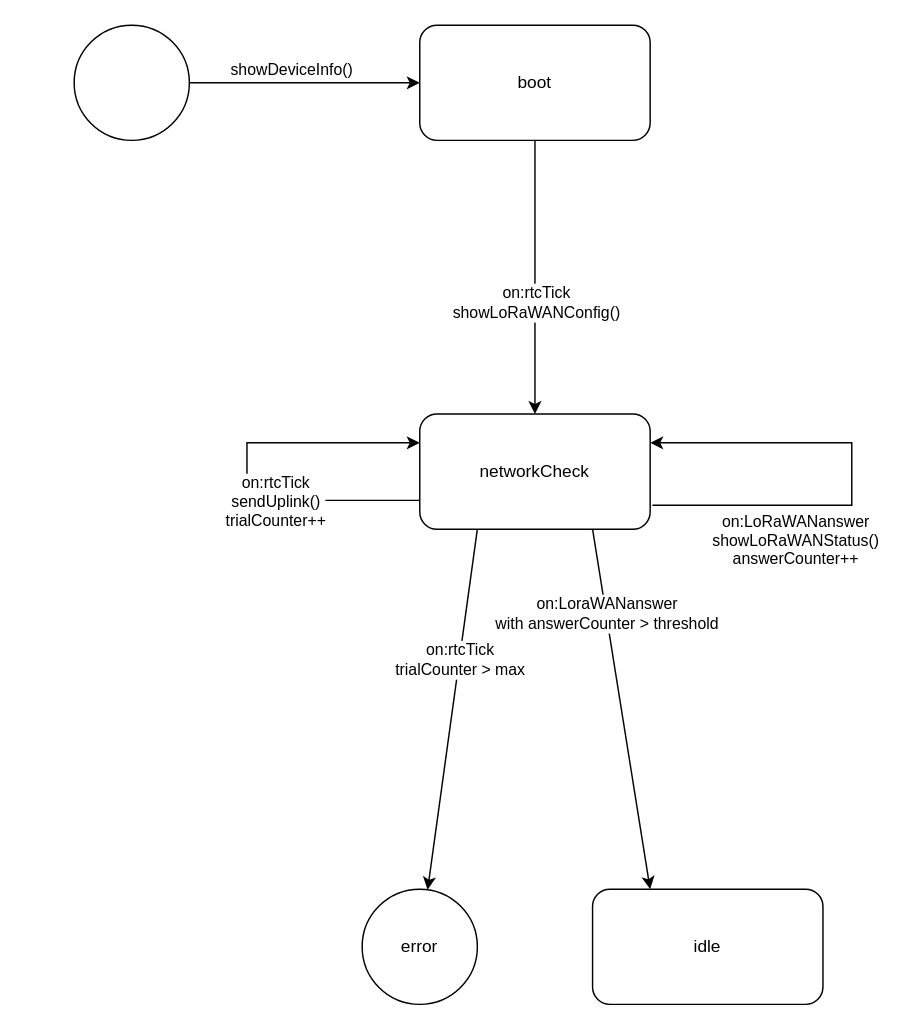
Strooom/MuMo-v2-Node-SW keeps this draw.io diagram as lib/application/boot.drawio. Above is the earlier version. Source tidied: cells renumbered, new cells numbered last; positions are measured from the earlier drawing's top-left corner, leaving out a move shared by most shapes. Both pictures are drawn from the tidied source at 144%, with x=0, y=0 at pixel (73, 24).
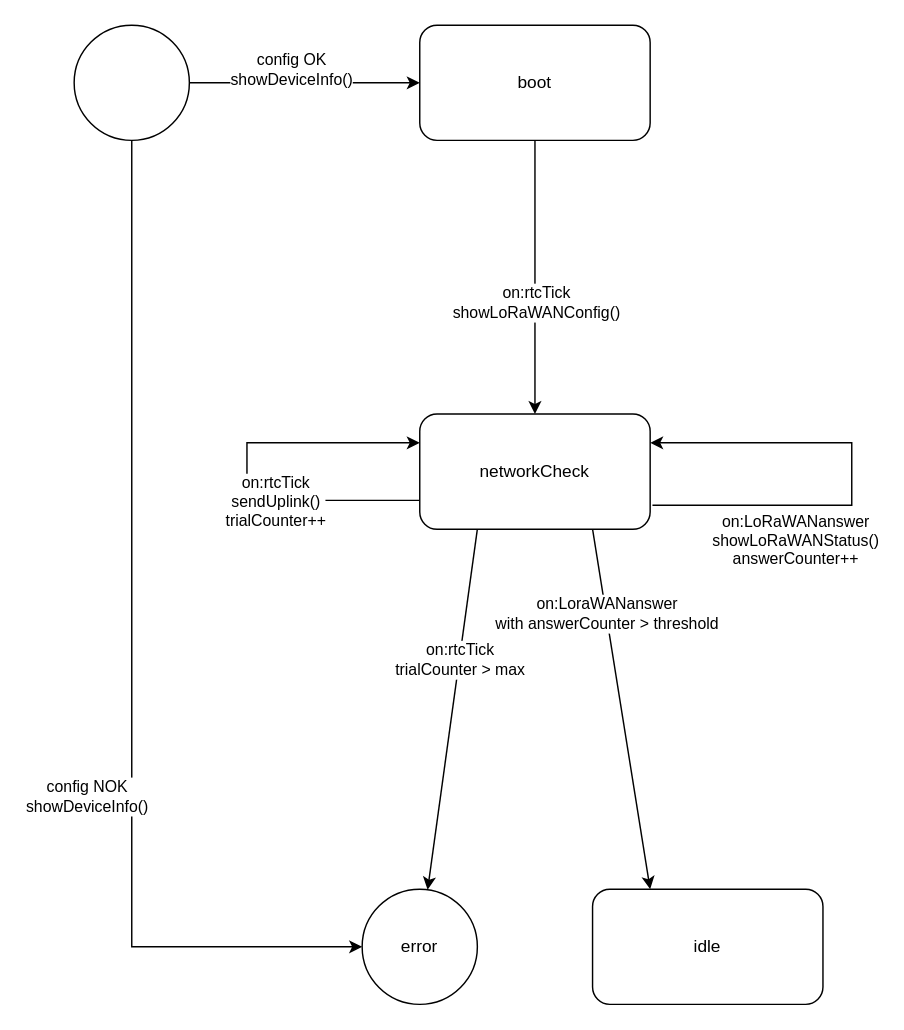
The same diagram, later.

The change refers to these unchanged cells:
```xml
<mxCell id="5" style="edgeStyle=orthogonalEdgeStyle;rounded=0;jettySize=auto;html=1;entryX=0;entryY=0.5;entryDx=0;entryDy=0;" parent="1" edge="1" source="7" target="4">
  <mxGeometry relative="1" as="geometry" />
</mxCell>
<mxCell id="7" style="ellipse;whiteSpace=wrap;html=1;" parent="1" vertex="1">
  <mxGeometry width="80" height="80" as="geometry" />
</mxCell>
<mxCell id="16" value="error" style="ellipse;whiteSpace=wrap;html=1;" parent="1" vertex="1">
  <mxGeometry x="200" y="600" width="80" height="80" as="geometry" />
</mxCell>
```

Change to the diagram source:
```diff
@@
-    <mxCell id="6" value="showDeviceInfo()" style="edgeLabel;html=1;align=center;verticalAlign=middle;" parent="5" vertex="1">
+    <mxCell id="6" value="config OK&lt;br&gt;showDeviceInfo()" style="edgeLabel;html=1;align=center;verticalAlign=middle;" parent="5" vertex="1">
       <mxGeometry x="0.29" y="1" relative="1" as="geometry">
         <mxPoint x="-33" y="-9" as="offset" />
       </mxGeometry>
     </mxCell>
@@
+    <mxCell id="19" style="edgeStyle=orthogonalEdgeStyle;rounded=0;jettySize=auto;html=1;entryX=0;entryY=0.5;entryDx=0;entryDy=0;exitX=0.5;exitY=1;exitDx=0;exitDy=0;" parent="1" edge="1" source="7" target="16">
+      <mxGeometry relative="1" as="geometry" />
+    </mxCell>
+    <mxCell id="20" value="config NOK&lt;br&gt;showDeviceInfo()" style="edgeLabel;html=1;align=center;verticalAlign=middle;" parent="19" vertex="1">
+      <mxGeometry x="0.29" y="1" relative="1" as="geometry">
+        <mxPoint x="-33" y="-9" as="offset" />
+      </mxGeometry>
+    </mxCell>
```
